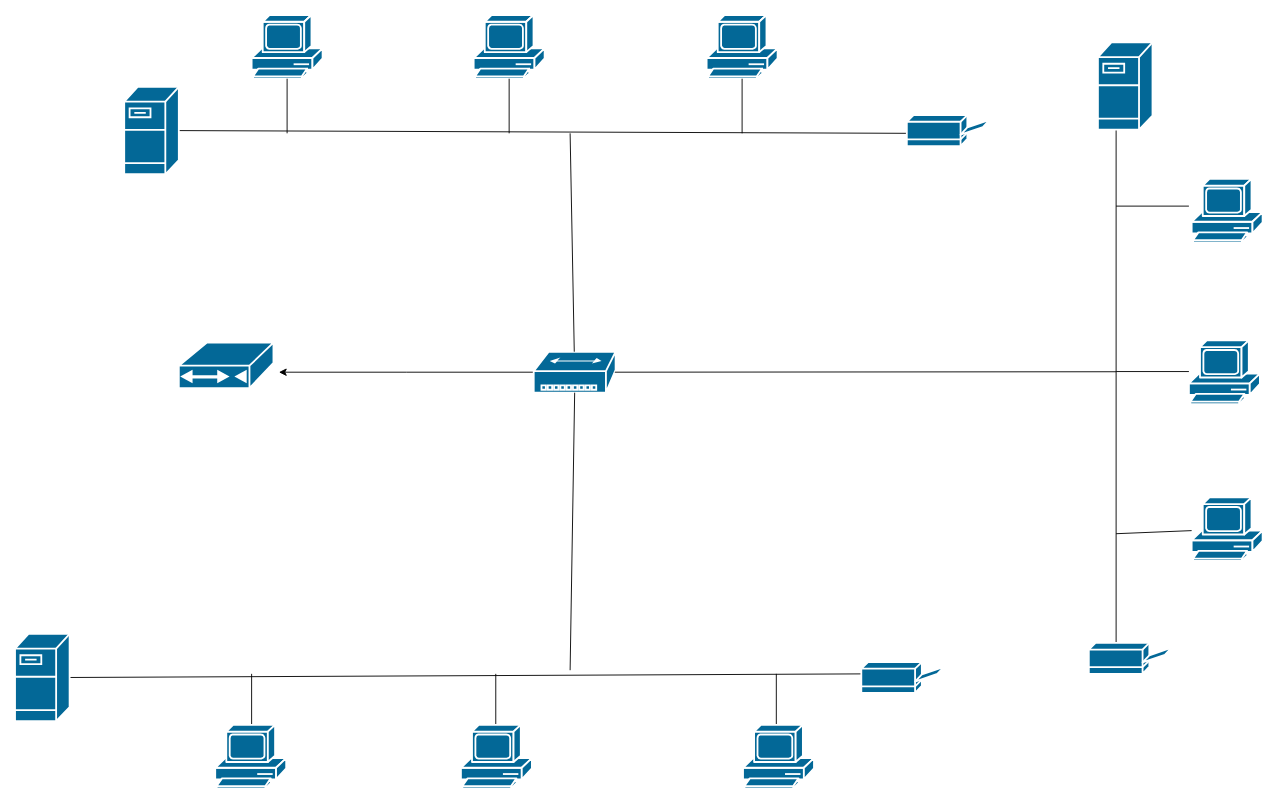
The draw.io diagram Files/IT Infrastracture.drawio in Jocriaus/Diagrams, before the edit. Source tidied: cells renumbered, new cells numbered last; positions are measured from the earlier drawing's top-left corner, leaving out a move shared by most shapes. Both pictures are drawn from the tidied source at 91%, with x=0, y=0 at pixel (15, 15).
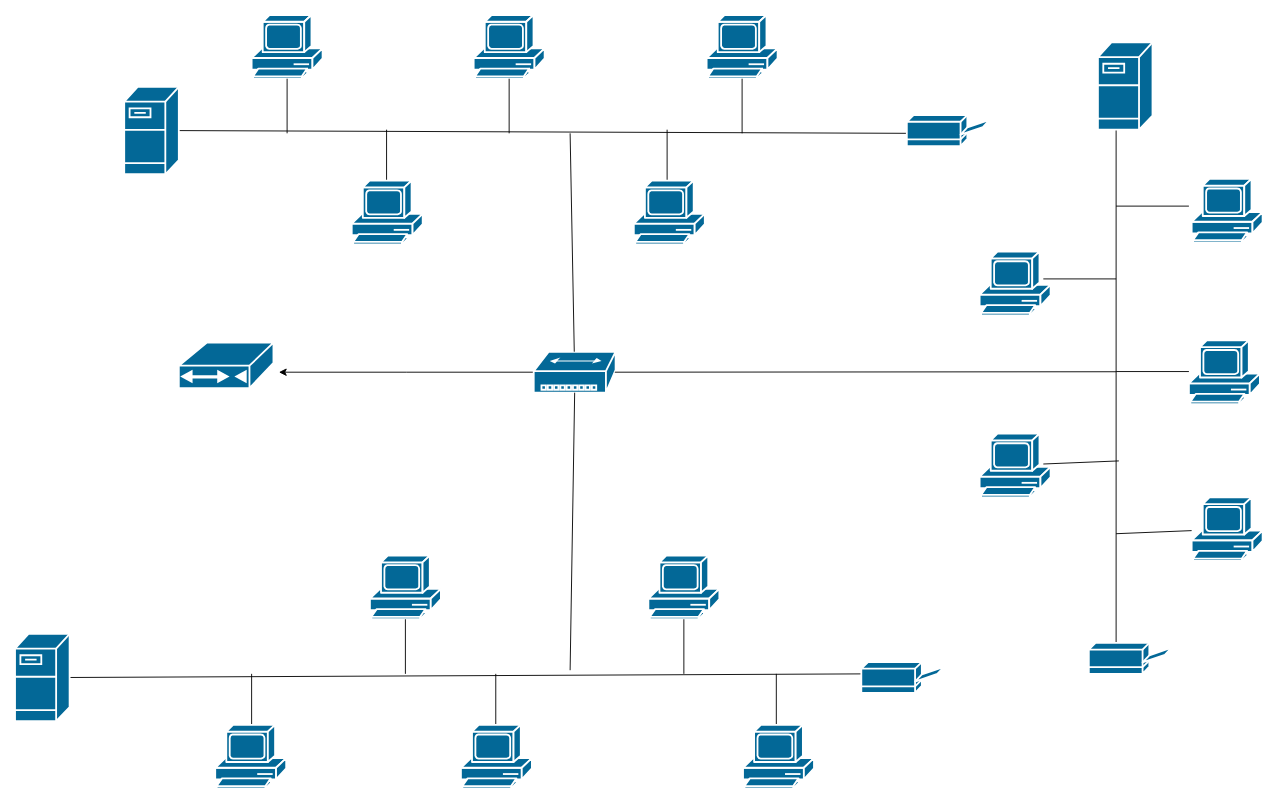
The same page after the edit.

Diff of the diagram source:
```diff
@@
-    <mxCell id="17" style="endArrow=none;html=1;" parent="1" edge="1" target="19">
+    <mxCell id="17" style="endArrow=none;html=1;" parent="1" edge="1">
       <mxGeometry relative="1" as="geometry">
         <mxPoint x="1210" y="570" as="sourcePoint" />
+        <mxPoint x="1293" y="566.6" as="targetPoint" />
       </mxGeometry>
     </mxCell>
-    <mxCell id="18" style="shape=mxgraph.cisco.computers_and_peripherals.pc;html=1;dashed=0;fillColor=#036897;strokeColor=#ffffff;strokeWidth=2;verticalLabelPosition=bottom;verticalAlign=top;align=center;" parent="1" vertex="1">
-      <mxGeometry x="1290" y="357.5" width="78" height="70" as="geometry" />
-    </mxCell>
-    <mxCell id="19" style="shape=mxgraph.cisco.computers_and_peripherals.pc;html=1;dashed=0;fillColor=#036897;strokeColor=#ffffff;strokeWidth=2;verticalLabelPosition=bottom;verticalAlign=top;align=center;outlineConnect=0;" parent="1" vertex="1">
-      <mxGeometry x="1293" y="530" width="78" height="70" as="geometry" />
-    </mxCell>
@@
+    <mxCell id="35" style="shape=mxgraph.cisco.computers_and_peripherals.pc;html=1;dashed=0;fillColor=#036897;strokeColor=#ffffff;strokeWidth=2;verticalLabelPosition=bottom;verticalAlign=top;align=center;outlineConnect=0;" parent="1" vertex="1">
+      <mxGeometry x="696" y="594" width="78" height="70" as="geometry" />
+    </mxCell>
+    <mxCell id="36" style="shape=mxgraph.cisco.computers_and_peripherals.pc;html=1;dashed=0;fillColor=#036897;strokeColor=#ffffff;strokeWidth=2;verticalLabelPosition=bottom;verticalAlign=top;align=center;outlineConnect=0;" parent="1" vertex="1">
+      <mxGeometry x="390" y="594" width="78" height="70" as="geometry" />
+    </mxCell>
+    <mxCell id="37" style="endArrow=none;html=1;entryX=0.5;entryY=1;entryDx=0;entryDy=0;entryPerimeter=0;" parent="1" edge="1" target="36">
+      <mxGeometry relative="1" as="geometry">
+        <mxPoint x="429" y="724" as="sourcePoint" />
+      </mxGeometry>
+    </mxCell>
+    <mxCell id="38" style="endArrow=none;html=1;entryX=0.5;entryY=1;entryDx=0;entryDy=0;entryPerimeter=0;" parent="1" edge="1" target="35">
+      <mxGeometry relative="1" as="geometry">
+        <mxPoint x="735" y="724" as="sourcePoint" />
+      </mxGeometry>
+    </mxCell>
+    <mxCell id="39" style="endArrow=none;html=1;entryX=0.5;entryY=1;entryDx=0;entryDy=0;entryPerimeter=0;" parent="1" edge="1">
+      <mxGeometry relative="1" as="geometry">
+        <mxPoint x="408.3" y="186" as="sourcePoint" />
+        <mxPoint x="408.3" y="126" as="targetPoint" />
+      </mxGeometry>
+    </mxCell>
+    <mxCell id="40" style="endArrow=none;html=1;entryX=0.5;entryY=1;entryDx=0;entryDy=0;entryPerimeter=0;" parent="1" edge="1">
+      <mxGeometry relative="1" as="geometry">
+        <mxPoint x="716.6" y="186" as="sourcePoint" />
+        <mxPoint x="716.6" y="126" as="targetPoint" />
+      </mxGeometry>
+    </mxCell>
+    <mxCell id="41" style="shape=mxgraph.cisco.computers_and_peripherals.pc;html=1;dashed=0;fillColor=#036897;strokeColor=#ffffff;strokeWidth=2;verticalLabelPosition=bottom;verticalAlign=top;align=center;" parent="1" vertex="1">
+      <mxGeometry x="680" y="182" width="78" height="70" as="geometry" />
+    </mxCell>
+    <mxCell id="42" style="shape=mxgraph.cisco.computers_and_peripherals.pc;html=1;dashed=0;fillColor=#036897;strokeColor=#ffffff;strokeWidth=2;verticalLabelPosition=bottom;verticalAlign=top;align=center;" parent="1" vertex="1">
+      <mxGeometry x="370" y="182" width="78" height="70" as="geometry" />
+    </mxCell>
+    <mxCell id="43" style="endArrow=none;html=1;" parent="1" edge="1">
+      <mxGeometry relative="1" as="geometry">
+        <mxPoint x="1130" y="290" as="sourcePoint" />
+        <mxPoint x="1210" y="290" as="targetPoint" />
+      </mxGeometry>
+    </mxCell>
+    <mxCell id="44" style="endArrow=none;html=1;" parent="1" edge="1">
+      <mxGeometry relative="1" as="geometry">
+        <mxPoint x="1130" y="493.4" as="sourcePoint" />
+        <mxPoint x="1213" y="490" as="targetPoint" />
+      </mxGeometry>
+    </mxCell>
+    <mxCell id="18" style="shape=mxgraph.cisco.computers_and_peripherals.pc;html=1;dashed=0;fillColor=#036897;strokeColor=#ffffff;strokeWidth=2;verticalLabelPosition=bottom;verticalAlign=top;align=center;" parent="1" vertex="1">
+      <mxGeometry x="1290" y="357.5" width="78" height="70" as="geometry" />
+    </mxCell>
+    <mxCell id="19" style="shape=mxgraph.cisco.computers_and_peripherals.pc;html=1;dashed=0;fillColor=#036897;strokeColor=#ffffff;strokeWidth=2;verticalLabelPosition=bottom;verticalAlign=top;align=center;outlineConnect=0;" parent="1" vertex="1">
+      <mxGeometry x="1293" y="530" width="78" height="70" as="geometry" />
+    </mxCell>
+    <mxCell id="45" style="shape=mxgraph.cisco.computers_and_peripherals.pc;html=1;dashed=0;fillColor=#036897;strokeColor=#ffffff;strokeWidth=2;verticalLabelPosition=bottom;verticalAlign=top;align=center;" parent="1" vertex="1">
+      <mxGeometry x="1060" y="260" width="78" height="70" as="geometry" />
+    </mxCell>
+    <mxCell id="46" style="shape=mxgraph.cisco.computers_and_peripherals.pc;html=1;dashed=0;fillColor=#036897;strokeColor=#ffffff;strokeWidth=2;verticalLabelPosition=bottom;verticalAlign=top;align=center;" parent="1" vertex="1">
+      <mxGeometry x="1060" y="460" width="78" height="70" as="geometry" />
+    </mxCell>
```
